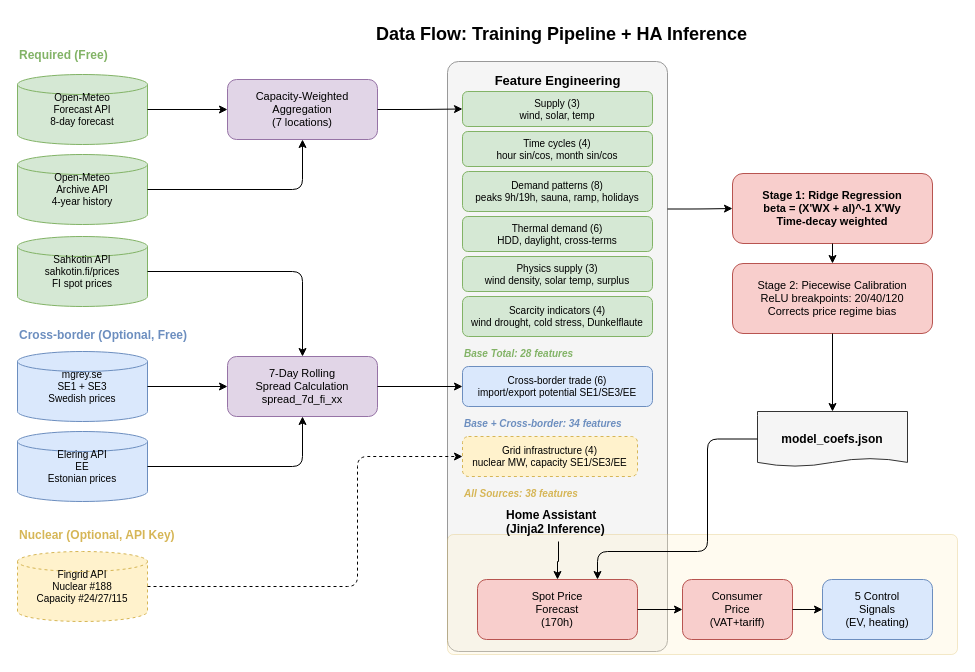
The draw.io diagram docs/diagrams/data-flow.drawio in watti-matti/HA-spot-price-predictor, before the edit. Source tidied: cells renumbered, new cells numbered last; positions are measured from the earlier drawing's top-left corner, leaving out a move shared by most shapes. Both pictures are drawn from the tidied source at 100%, with x=0, y=0 at pixel (17, 17).
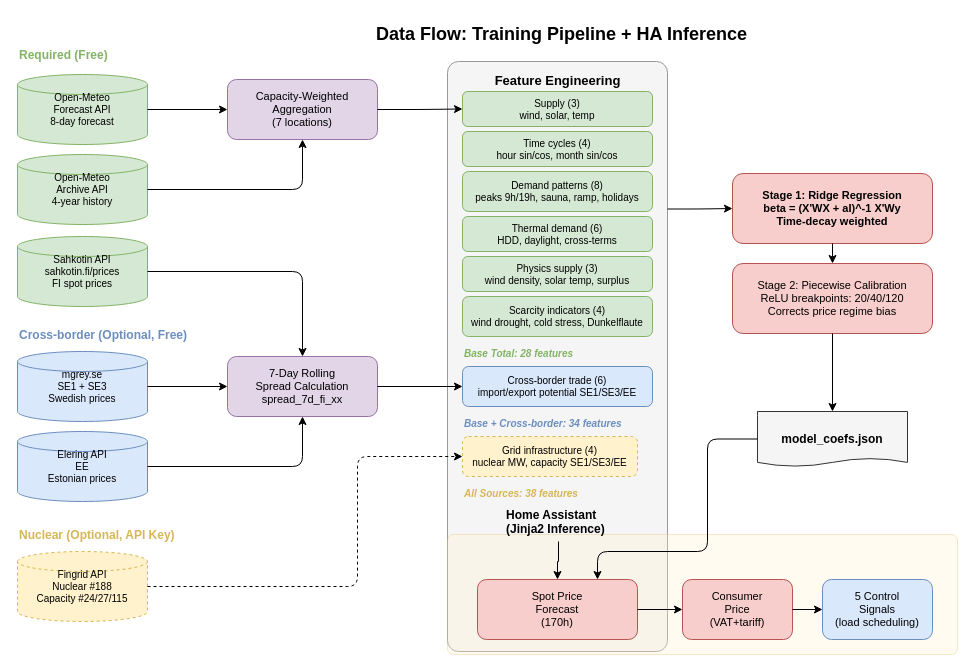
After the change.

Commit message (it also covers changes not shown here):
v2.0.0: EUR/kWh standardization, null model safety, CI pipeline, architecture docs

Change to the diagram source:
```diff
@@
-    <mxCell id="35" value="5 Control&#10;Signals&#10;(EV, heating)" style="rounded=1;whiteSpace=wrap;html=1;fillColor=#dae8fc;strokeColor=#6c8ebf;fontSize=11;" parent="1" vertex="1">
+    <mxCell id="35" value="5 Control&#10;Signals&#10;(load scheduling)" style="rounded=1;whiteSpace=wrap;html=1;fillColor=#dae8fc;strokeColor=#6c8ebf;fontSize=11;" parent="1" vertex="1">
       <mxGeometry x="805" y="562" width="110" height="60" as="geometry" />
     </mxCell>
```
